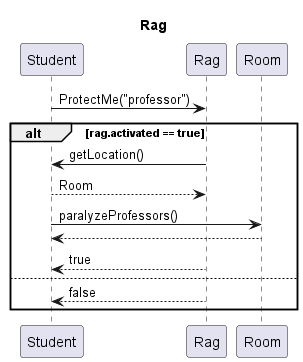
Above: out/diagramms/src/rag/rag.png in kipolaris/skyrimscriptsuttogok (PlantUML), before the change.
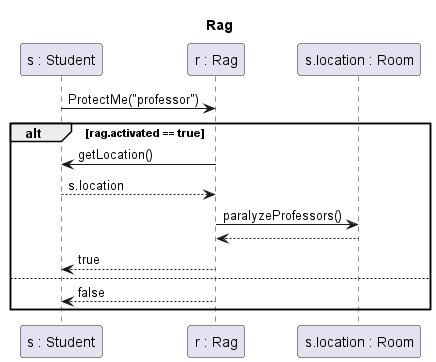
The same file after the commit.

What changed in the source:
```diff
@@ -2,17 +2,17 @@
 
 title Rag
 
-participant Student as s
-participant Rag as r
-participant Room as room
+participant "s : Student" as s
+participant "r : Rag" as r
+participant "s.location : Room" as room
 
 s->r : ProtectMe("professor")
 alt rag.activated == true
 
 r->s : getLocation()
-return Room
+return s.location
 
-s->room : paralyzeProfessors()
+r->room : paralyzeProfessors()
 return
 
 r-->s : true
```
